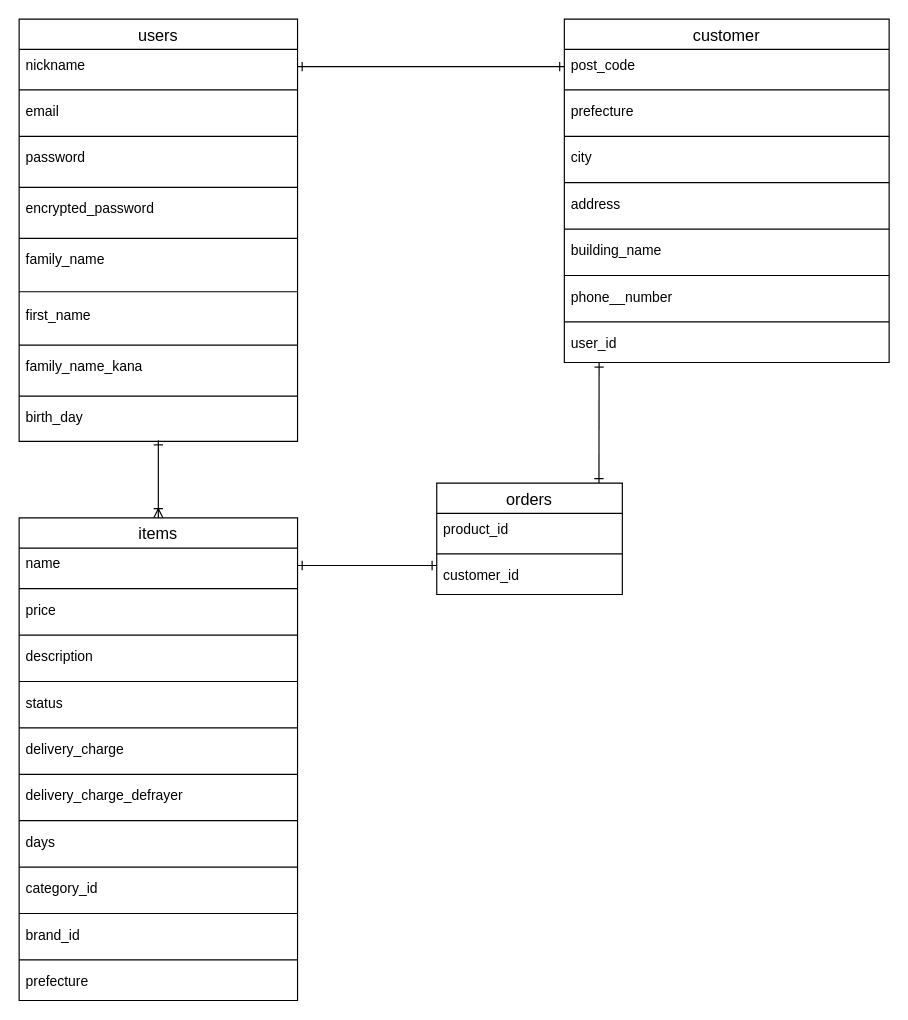
This is furima.dio from dadadasouta/furima-38457, a draw.io file, before an edit. Source tidied: cells renumbered, new cells numbered last; positions are measured from the earlier drawing's top-left corner, leaving out a move shared by most shapes. Both pictures are drawn from the tidied source at 116%, with x=0, y=0 at pixel (19, 19).
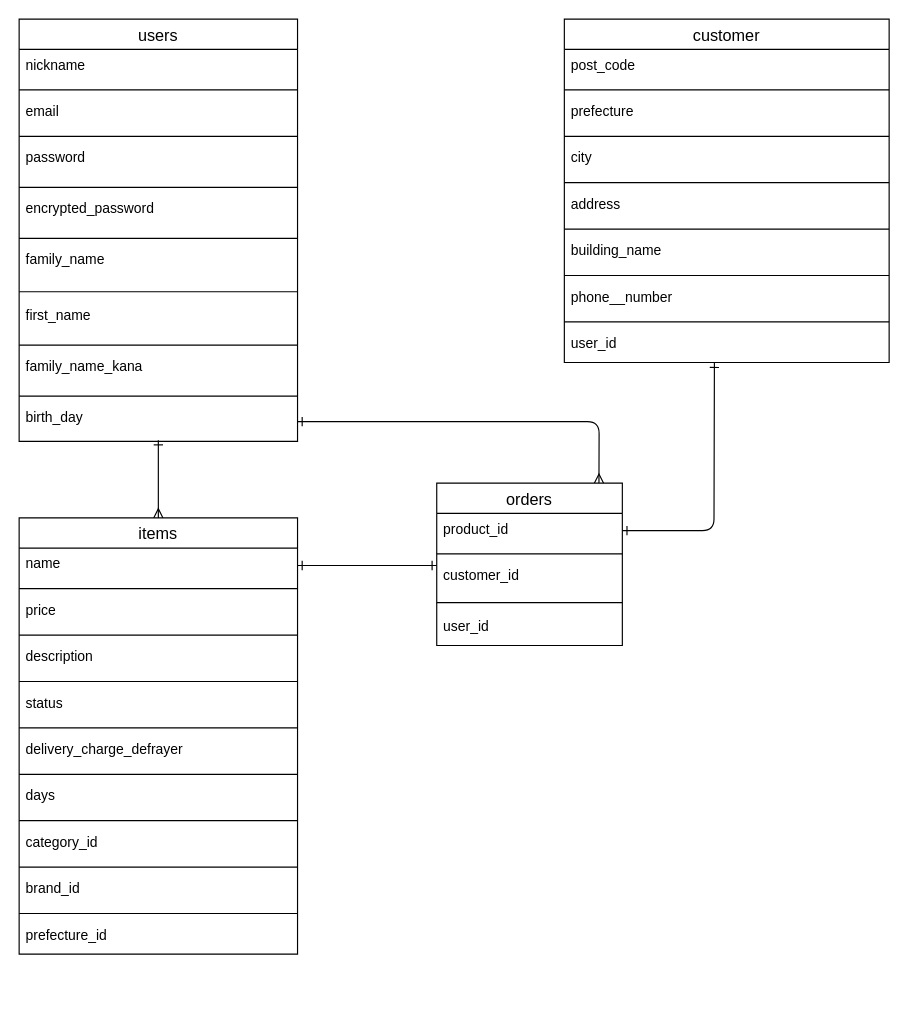
Above is the later version.

Commit message (it also covers changes not shown here):
データベース設計３

Unchanged cells that the change refers to:
```xml
<mxCell id="3" value="nickname" style="text;strokeColor=none;fillColor=none;spacingLeft=4;spacingRight=4;overflow=hidden;points=[[0,0.5],[1,0.5]];portConstraint=eastwest;fontSize=12;" parent="2" vertex="1">
  <mxGeometry y="26" width="240" height="30" as="geometry" />
</mxCell>
<mxCell id="17" value="birth_day" style="text;strokeColor=none;fillColor=none;spacingLeft=4;spacingRight=4;overflow=hidden;points=[[0,0.5],[1,0.5]];portConstraint=eastwest;fontSize=12;" parent="2" vertex="1">
  <mxGeometry y="330" width="240" height="34" as="geometry" />
</mxCell>
<mxCell id="40" value="post_code" style="text;strokeColor=none;fillColor=none;spacingLeft=4;spacingRight=4;overflow=hidden;points=[[0,0.5],[1,0.5]];portConstraint=eastwest;fontSize=12;" parent="39" vertex="1">
  <mxGeometry y="26" width="280" height="30" as="geometry" />
</mxCell>
<mxCell id="52" value="user_id" style="text;strokeColor=none;fillColor=none;spacingLeft=4;spacingRight=4;overflow=hidden;points=[[0,0.5],[1,0.5]];portConstraint=eastwest;fontSize=12;" parent="39" vertex="1">
  <mxGeometry y="266" width="280" height="30" as="geometry" />
</mxCell>
<mxCell id="55" value="product_id" style="text;strokeColor=none;fillColor=none;spacingLeft=4;spacingRight=4;overflow=hidden;points=[[0,0.5],[1,0.5]];portConstraint=eastwest;fontSize=12;" parent="54" vertex="1">
  <mxGeometry y="26" width="160" height="30" as="geometry" />
</mxCell>
```

Change to the diagram source:
```diff
@@
-    <mxCell id="18" style="edgeStyle=none;html=1;entryX=0.5;entryY=0.971;entryDx=0;entryDy=0;entryPerimeter=0;startArrow=ERoneToMany;startFill=0;endArrow=ERone;endFill=0;strokeColor=default;" parent="1" edge="1" source="19" target="17">
+    <mxCell id="18" style="edgeStyle=none;html=1;entryX=0.5;entryY=0.971;entryDx=0;entryDy=0;entryPerimeter=0;startArrow=ERmany;startFill=0;endArrow=ERone;endFill=0;strokeColor=default;" parent="1" edge="1" source="19" target="17">
       <mxGeometry relative="1" as="geometry" />
     </mxCell>
     <mxCell id="19" value="items" style="swimlane;fontStyle=0;horizontal=1;startSize=26;align=center;fontSize=14;" parent="1" vertex="1">
-      <mxGeometry y="430" width="240" height="416" as="geometry" />
+      <mxGeometry y="430" width="240" height="376" as="geometry" />
     </mxCell>
@@
-    <mxCell id="27" style="line;strokeWidth=1;dashed=0;labelPosition=right;align=left;verticalAlign=middle;spacingTop=0;spacingLeft=6;" parent="19" vertex="1">
-      <mxGeometry y="176" width="240" height="10" as="geometry" />
-    </mxCell>
-    <mxCell id="28" value="delivery_charge" style="text;strokeColor=none;fillColor=none;spacingLeft=4;spacingRight=4;overflow=hidden;fontSize=12;" parent="19" vertex="1">
-      <mxGeometry y="186" width="240" height="30" as="geometry" />
-    </mxCell>
     <mxCell id="29" style="line;strokeWidth=1;dashed=0;labelPosition=right;align=left;verticalAlign=middle;spacingTop=0;spacingLeft=6;" parent="19" vertex="1">
-      <mxGeometry y="216" width="240" height="10" as="geometry" />
+      <mxGeometry y="176" width="240" height="10" as="geometry" />
     </mxCell>
     <mxCell id="30" value="delivery_charge_defrayer" style="text;strokeColor=none;fillColor=none;spacingLeft=4;spacingRight=4;overflow=hidden;fontSize=12;" parent="19" vertex="1">
-      <mxGeometry y="226" width="240" height="30" as="geometry" />
+      <mxGeometry y="186" width="240" height="30" as="geometry" />
     </mxCell>
     <mxCell id="31" style="line;strokeWidth=1;dashed=0;labelPosition=right;align=left;verticalAlign=middle;spacingTop=0;spacingLeft=6;" parent="19" vertex="1">
-      <mxGeometry y="256" width="240" height="10" as="geometry" />
+      <mxGeometry y="216" width="240" height="10" as="geometry" />
     </mxCell>
     <mxCell id="32" value="days" style="text;strokeColor=none;fillColor=none;spacingLeft=4;spacingRight=4;overflow=hidden;fontSize=12;" parent="19" vertex="1">
-      <mxGeometry y="266" width="240" height="30" as="geometry" />
+      <mxGeometry y="226" width="240" height="30" as="geometry" />
     </mxCell>
     <mxCell id="33" style="line;strokeWidth=1;dashed=0;labelPosition=right;align=left;verticalAlign=middle;spacingTop=0;spacingLeft=6;" parent="19" vertex="1">
-      <mxGeometry y="296" width="240" height="10" as="geometry" />
+      <mxGeometry y="256" width="240" height="10" as="geometry" />
     </mxCell>
     <mxCell id="34" value="category_id" style="text;strokeColor=none;fillColor=none;spacingLeft=4;spacingRight=4;overflow=hidden;fontSize=12;" parent="19" vertex="1">
-      <mxGeometry y="306" width="240" height="30" as="geometry" />
+      <mxGeometry y="266" width="240" height="30" as="geometry" />
     </mxCell>
     <mxCell id="35" style="line;strokeWidth=1;dashed=0;labelPosition=right;align=left;verticalAlign=middle;spacingTop=0;spacingLeft=6;" parent="19" vertex="1">
-      <mxGeometry y="336" width="240" height="10" as="geometry" />
+      <mxGeometry y="296" width="240" height="10" as="geometry" />
     </mxCell>
     <mxCell id="36" value="brand_id" style="text;strokeColor=none;fillColor=none;spacingLeft=4;spacingRight=4;overflow=hidden;fontSize=12;" parent="19" vertex="1">
-      <mxGeometry y="346" width="240" height="30" as="geometry" />
+      <mxGeometry y="306" width="240" height="30" as="geometry" />
     </mxCell>
     <mxCell id="37" style="line;strokeWidth=1;dashed=0;labelPosition=right;align=left;verticalAlign=middle;spacingTop=0;spacingLeft=6;" parent="19" vertex="1">
-      <mxGeometry y="376" width="240" height="10" as="geometry" />
+      <mxGeometry y="336" width="240" height="10" as="geometry" />
     </mxCell>
-    <mxCell id="38" value="prefecture" style="text;strokeColor=none;fillColor=none;spacingLeft=4;spacingRight=4;overflow=hidden;fontSize=12;" parent="19" vertex="1">
-      <mxGeometry y="386" width="240" height="30" as="geometry" />
+    <mxCell id="38" value="prefecture_id" style="text;strokeColor=none;fillColor=none;spacingLeft=4;spacingRight=4;overflow=hidden;fontSize=12;" parent="19" vertex="1">
+      <mxGeometry y="346" width="240" height="30" as="geometry" />
     </mxCell>
@@
-    <mxCell id="53" style="edgeStyle=none;html=1;startArrow=ERone;startFill=0;endArrow=ERone;endFill=0;exitX=0.874;exitY=0.001;exitDx=0;exitDy=0;exitPerimeter=0;entryX=0.107;entryY=0.999;entryDx=0;entryDy=0;entryPerimeter=0;" parent="1" edge="1" source="54" target="52">
-      <mxGeometry relative="1" as="geometry" />
+    <mxCell id="53" style="edgeStyle=none;html=1;startArrow=ERmany;startFill=0;endArrow=ERone;endFill=0;exitX=0.874;exitY=0.001;exitDx=0;exitDy=0;exitPerimeter=0;entryX=1;entryY=0.5;entryDx=0;entryDy=0;" parent="1" edge="1" source="54" target="17">
+      <mxGeometry relative="1" as="geometry">
+        <Array as="points">
+          <mxPoint x="500" y="347" />
+        </Array>
+      </mxGeometry>
     </mxCell>
     <mxCell id="54" value="orders" style="swimlane;fontStyle=0;horizontal=1;startSize=26;align=center;fontSize=14;" parent="1" vertex="1">
-      <mxGeometry x="360" y="400" width="160" height="96" as="geometry" />
+      <mxGeometry x="360" y="400" width="160" height="140" as="geometry" />
     </mxCell>
@@
+    <mxCell id="60" style="line;strokeWidth=1;dashed=0;labelPosition=right;align=left;verticalAlign=middle;spacingTop=0;spacingLeft=6;" parent="54" vertex="1">
+      <mxGeometry y="96" width="160" height="14" as="geometry" />
+    </mxCell>
+    <mxCell id="61" value="user_id" style="text;strokeColor=none;fillColor=none;spacingLeft=4;spacingRight=4;overflow=hidden;fontSize=12;" parent="54" vertex="1">
+      <mxGeometry y="110" width="160" height="30" as="geometry" />
+    </mxCell>
-    <mxCell id="58" style="edgeStyle=none;html=1;startArrow=ERone;startFill=0;endArrow=ERone;endFill=0;entryX=0;entryY=0.5;entryDx=0;entryDy=0;" parent="1" edge="1" source="3" target="40">
-      <mxGeometry relative="1" as="geometry" />
+    <mxCell id="58" style="edgeStyle=none;html=1;startArrow=ERone;startFill=0;endArrow=ERone;endFill=0;entryX=0.462;entryY=1.009;entryDx=0;entryDy=0;exitX=1;exitY=0.5;exitDx=0;exitDy=0;entryPerimeter=0;" parent="1" edge="1" source="55" target="52">
+      <mxGeometry relative="1" as="geometry">
+        <Array as="points">
+          <mxPoint x="599" y="441" />
+        </Array>
+      </mxGeometry>
     </mxCell>
```
